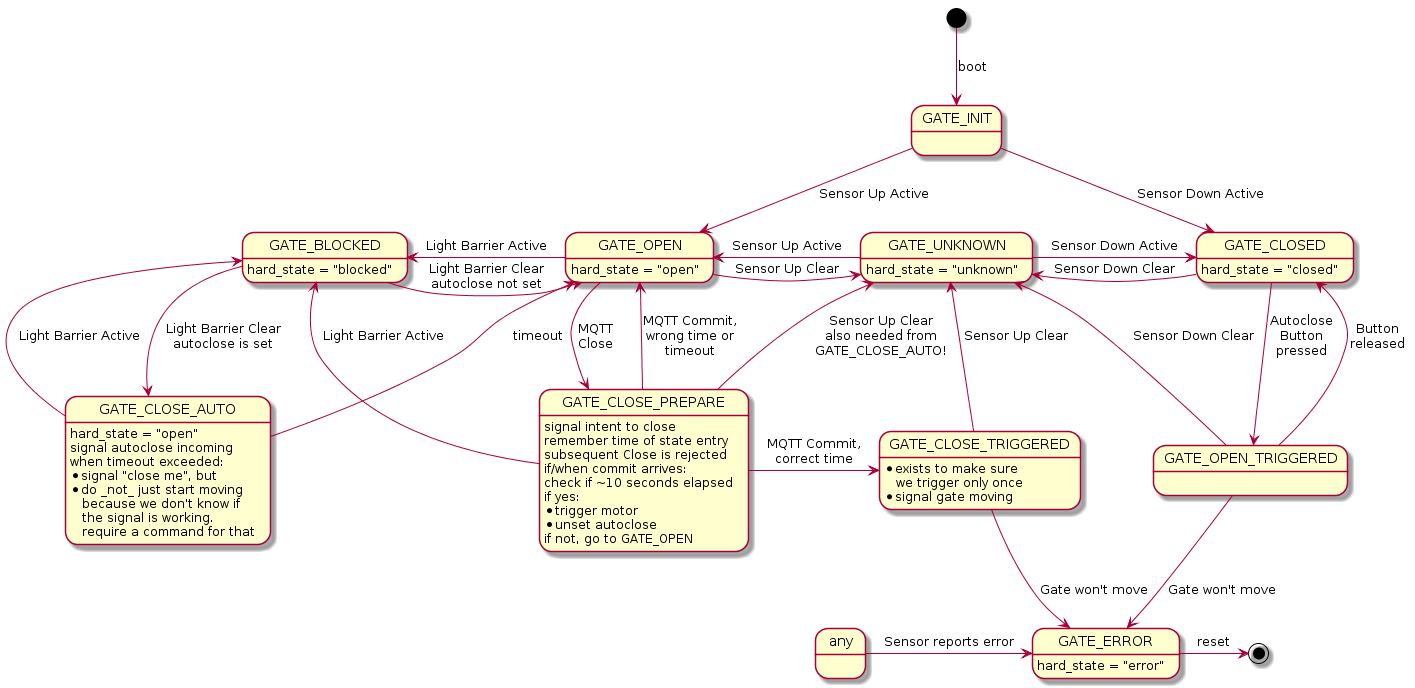
Svedrin/gatecontrol keeps this PlantUML diagram as docs/statemachine.png. Above is the earlier version.
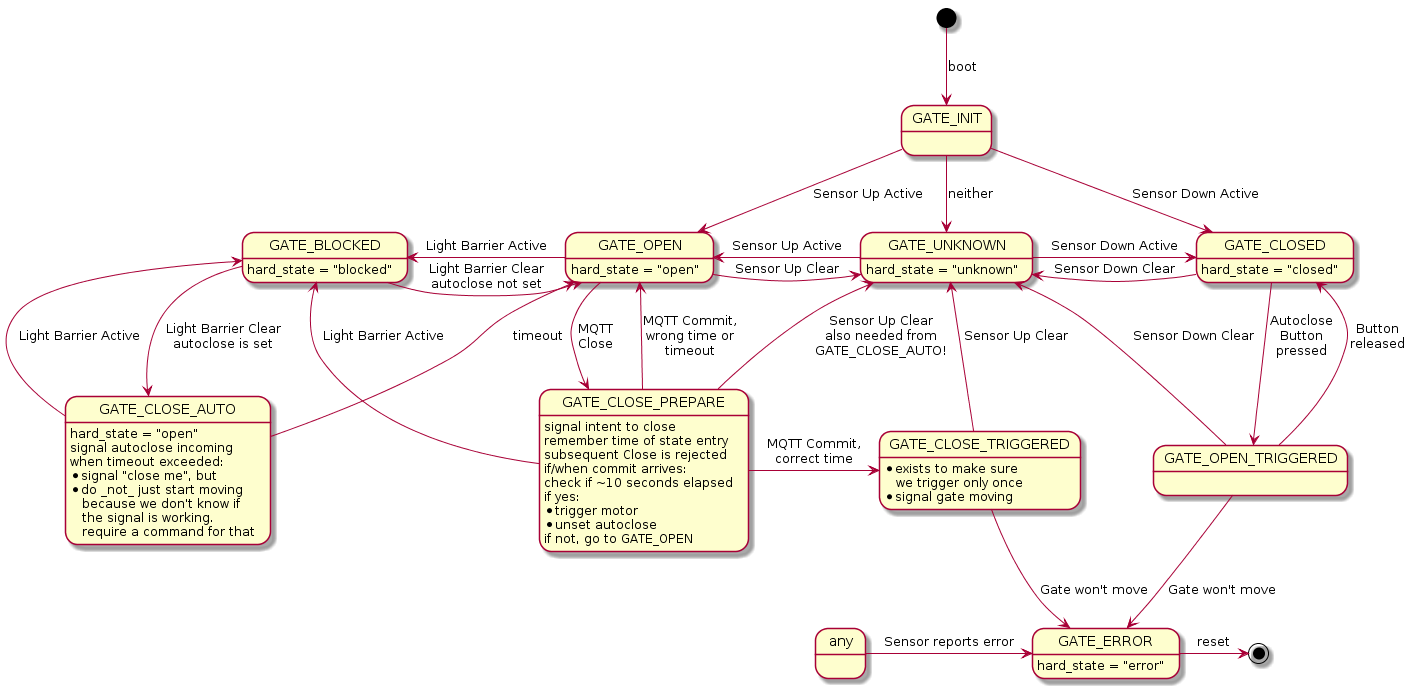
After the commit.

Commit message:
add missing arrow from INIT to UNKNOWN

The edit, as a diff of the source:
```diff
@@ -4,6 +4,7 @@
 
 GATE_INIT    -down-> GATE_CLOSED   : Sensor Down Active
 GATE_INIT    -down-> GATE_OPEN     : Sensor Up Active
+GATE_INIT    -down-> GATE_UNKNOWN  : neither
 
 GATE_BLOCKED -right-> GATE_OPEN    : Light Barrier Clear\nautoclose not set
 GATE_OPEN    -left->  GATE_BLOCKED : Light Barrier Active
```
